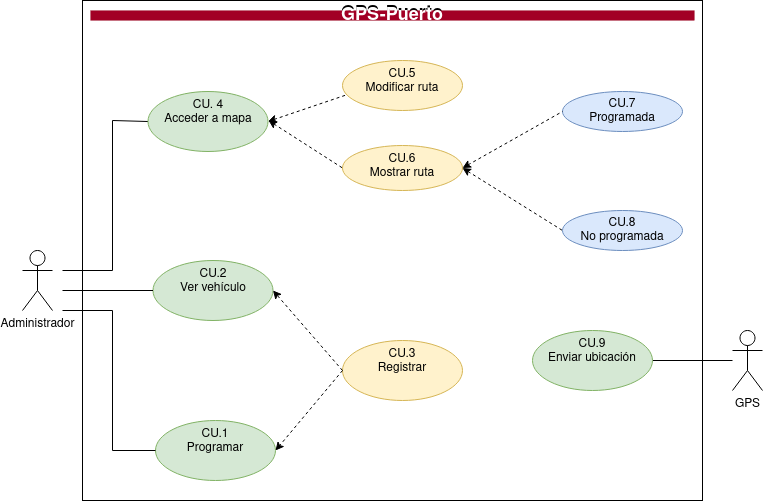
Earlier version of the draw.io export Tareas/casosUso/Tarea3/img/GpsPuerto.drawio.png (colidom/ets). Source tidied: cells renumbered, new cells last; positions are measured from the earlier drawing's top-left corner, leaving out a move shared by most shapes.
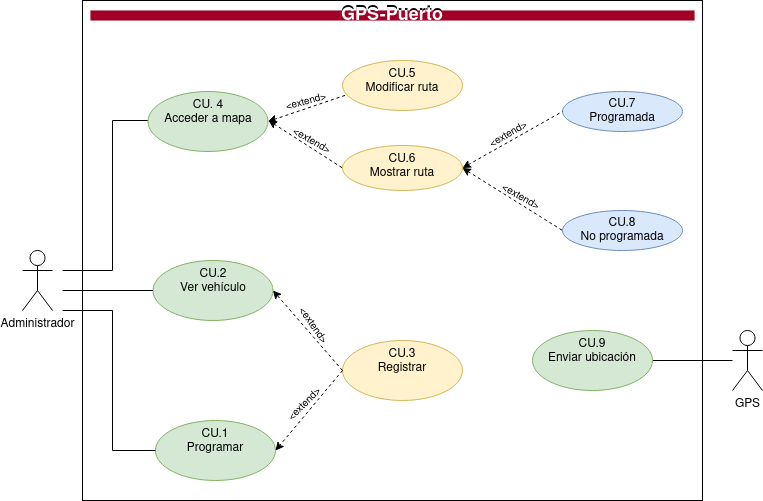
The same diagram one commit later.

Change to the diagram source:
```diff
@@ -92,5 +92,23 @@
     <mxCell id="25" value="&lt;font style=&quot;font-size: 18px;&quot; color=&quot;#FFFFFF&quot;&gt;&lt;b&gt;GPS-Puerto&lt;/b&gt;&lt;/font&gt;" style="text;html=1;strokeColor=#6F0000;fillColor=#a20025;align=center;verticalAlign=middle;whiteSpace=wrap;rounded=0;fontColor=#ffffff;gradientColor=none;strokeWidth=0;" parent="1" vertex="1">
       <mxGeometry x="68" y="10" width="604" height="10" as="geometry" />
     </mxCell>
+    <mxCell id="26" value="&lt;font style=&quot;font-size: 10px;&quot;&gt;&amp;lt;extend&amp;gt;&lt;/font&gt;" style="text;html=1;align=center;verticalAlign=middle;strokeColor=none;fillColor=none;fontSize=19;fontColor=#000000;rotation=-15;" parent="1" vertex="1">
+      <mxGeometry x="253" y="80" width="60" height="40" as="geometry" />
+    </mxCell>
+    <mxCell id="27" value="&lt;font style=&quot;font-size: 10px;&quot;&gt;&amp;lt;extend&amp;gt;&lt;/font&gt;" style="text;html=1;align=center;verticalAlign=middle;strokeColor=none;fillColor=none;fontSize=19;fontColor=#000000;rotation=30;" parent="1" vertex="1">
+      <mxGeometry x="260" y="119" width="60" height="40" as="geometry" />
+    </mxCell>
+    <mxCell id="28" value="&lt;font style=&quot;font-size: 10px;&quot;&gt;&amp;lt;extend&amp;gt;&lt;/font&gt;" style="text;html=1;align=center;verticalAlign=middle;strokeColor=none;fillColor=none;fontSize=19;fontColor=#000000;rotation=55;" parent="1" vertex="1">
+      <mxGeometry x="262" y="304" width="60" height="40" as="geometry" />
+    </mxCell>
+    <mxCell id="29" value="&lt;font style=&quot;font-size: 10px;&quot;&gt;&amp;lt;extend&amp;gt;&lt;/font&gt;" style="text;html=1;align=center;verticalAlign=middle;strokeColor=none;fillColor=none;fontSize=19;fontColor=#000000;rotation=30;" parent="1" vertex="1">
+      <mxGeometry x="469" y="175" width="60" height="40" as="geometry" />
+    </mxCell>
+    <mxCell id="30" value="&lt;font style=&quot;font-size: 10px;&quot;&gt;&amp;lt;extend&amp;gt;&lt;/font&gt;" style="text;html=1;align=center;verticalAlign=middle;strokeColor=none;fillColor=none;fontSize=19;fontColor=#000000;rotation=-30;" parent="1" vertex="1">
+      <mxGeometry x="455" y="113" width="60" height="40" as="geometry" />
+    </mxCell>
+    <mxCell id="31" value="&lt;font style=&quot;font-size: 10px;&quot;&gt;&amp;lt;extend&amp;gt;&lt;/font&gt;" style="text;html=1;align=center;verticalAlign=middle;strokeColor=none;fillColor=none;fontSize=19;fontColor=#000000;rotation=-45;" parent="1" vertex="1">
+      <mxGeometry x="251" y="383" width="60" height="40" as="geometry" />
+    </mxCell>
   </root>
 </mxGraphModel>
```
